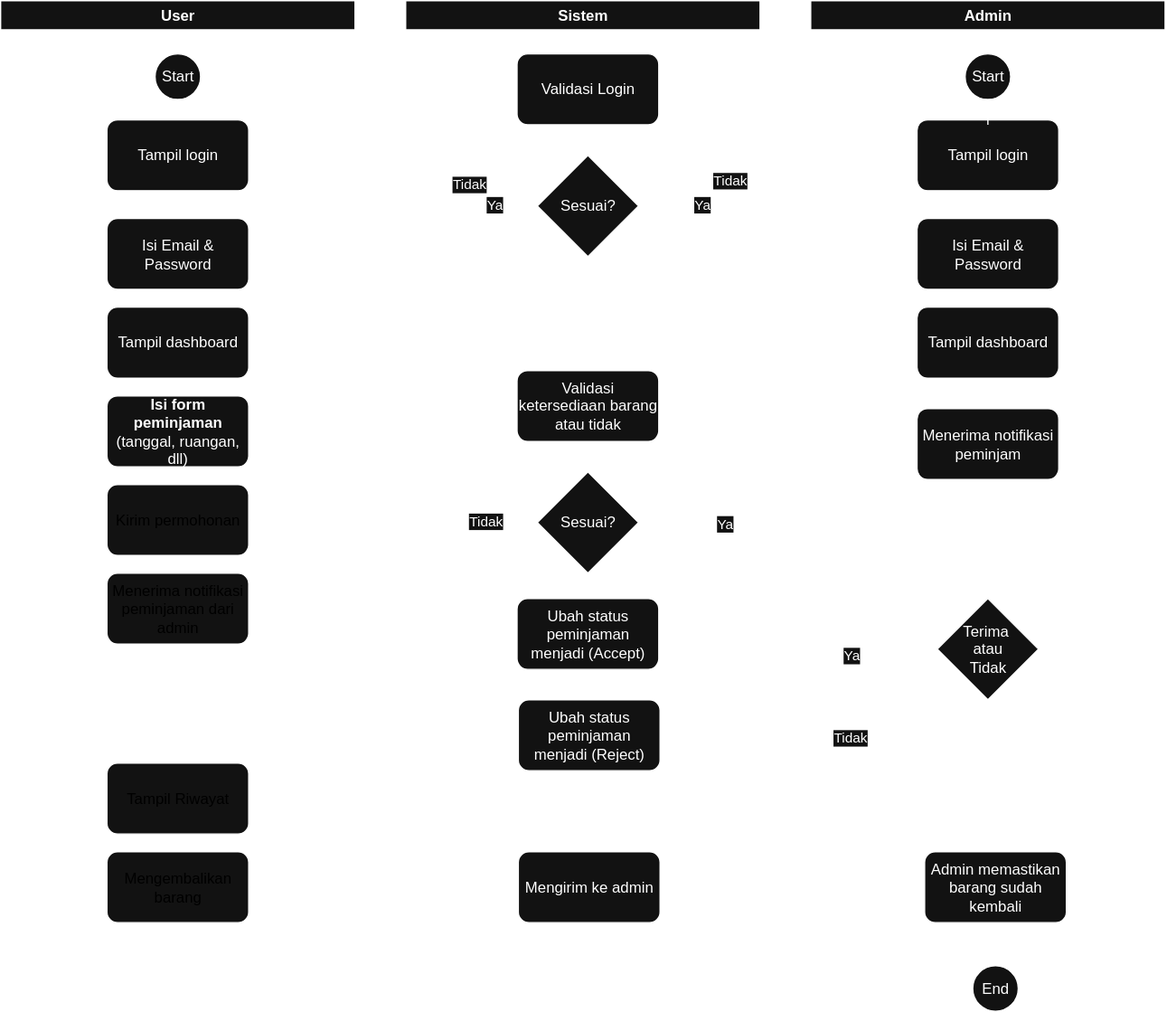
Earlier version of the draw.io export Activity_Peminjaman.drawio.svg (dafi310109/pbo). Source tidied: cells renumbered, new cells last; positions are measured from the earlier drawing's top-left corner, leaving out a move shared by most shapes.
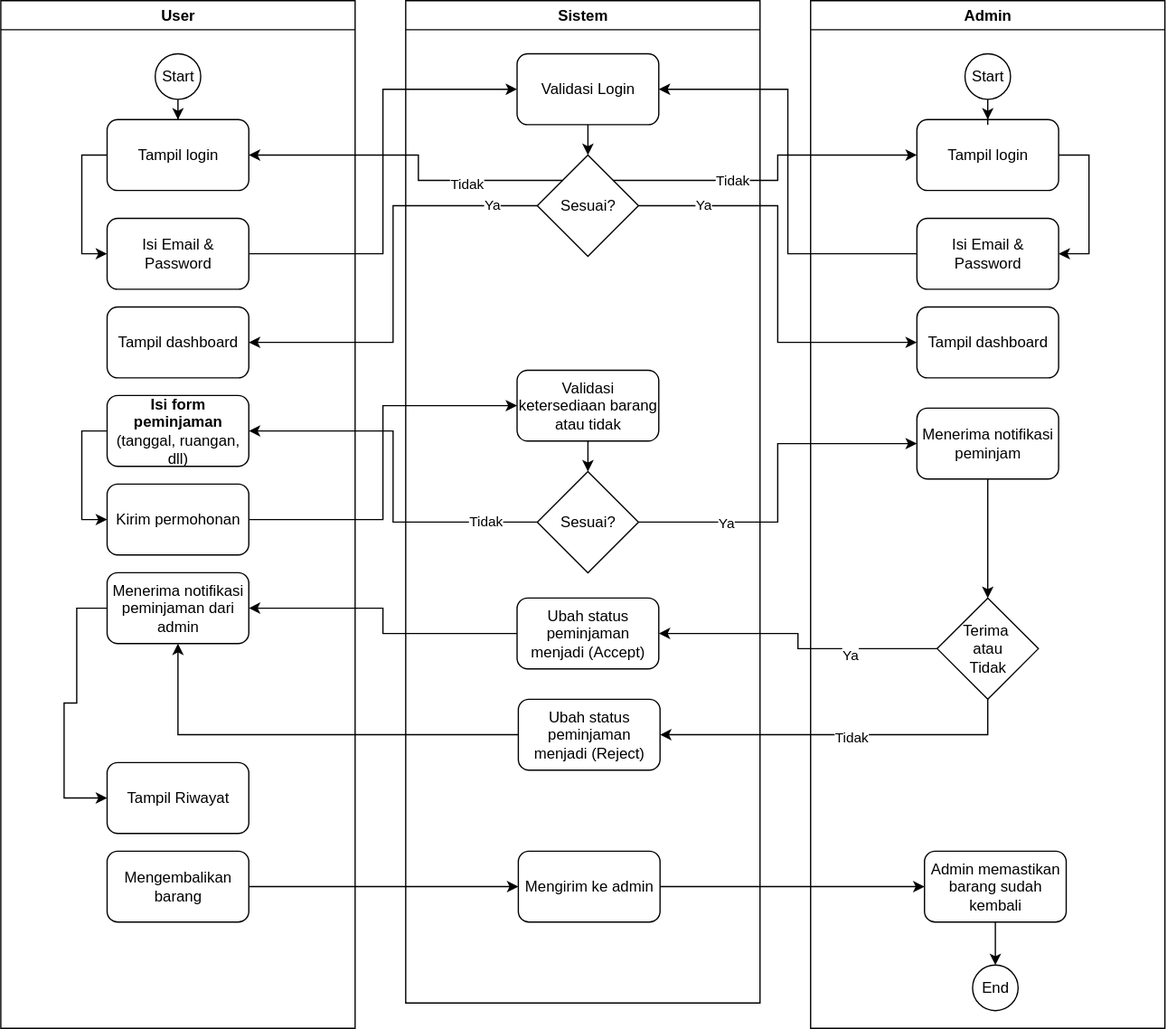
Later version of the same file.

Change to the diagram source:
```diff
@@ -5,29 +5,29 @@
     <mxCell id="2" value="User" style="swimlane;whiteSpace=wrap;startSize=23;" parent="1" vertex="1">
       <mxGeometry width="280" height="812" as="geometry" />
     </mxCell>
-    <mxCell id="3" style="edgeStyle=orthogonalEdgeStyle;rounded=0;jettySize=auto;html=1;" parent="2" edge="1" source="4" target="6">
-      <mxGeometry relative="1" as="geometry" />
-    </mxCell>
-    <mxCell id="4" value="Start" style="ellipse;whiteSpace=wrap;html=1;" parent="2" vertex="1">
-      <mxGeometry x="122" y="42" width="36" height="36" as="geometry" />
-    </mxCell>
-    <mxCell id="5" style="edgeStyle=orthogonalEdgeStyle;rounded=0;jettySize=auto;html=1;entryX=0;entryY=0.5;entryDx=0;entryDy=0;" parent="2" edge="1" source="6" target="7">
-      <mxGeometry relative="1" as="geometry">
-        <Array as="points">
-          <mxPoint x="64" y="122" />
-          <mxPoint x="64" y="200" />
-        </Array>
-      </mxGeometry>
-    </mxCell>
-    <mxCell id="6" value="Tampil login" style="rounded=1;whiteSpace=wrap;html=1;" parent="2" vertex="1">
-      <mxGeometry x="84" y="94" width="112" height="56" as="geometry" />
-    </mxCell>
-    <mxCell id="7" value="Isi Email &amp;amp; Password" style="rounded=1;whiteSpace=wrap;html=1;" parent="2" vertex="1">
-      <mxGeometry x="84" y="172" width="112" height="56" as="geometry" />
-    </mxCell>
-    <mxCell id="8" value="Tampil dashboard" style="rounded=1;whiteSpace=wrap;html=1;" parent="2" vertex="1">
-      <mxGeometry x="84" y="242" width="112" height="56" as="geometry" />
-    </mxCell>
+    <mxCell id="16" style="edgeStyle=orthogonalEdgeStyle;rounded=0;jettySize=auto;html=1;" parent="2" edge="1" source="26" target="63">
+      <mxGeometry relative="1" as="geometry" />
+    </mxCell>
+    <mxCell id="26" value="Start" style="ellipse;whiteSpace=wrap;html=1;" parent="2" vertex="1">
+      <mxGeometry x="122" y="42" width="36" height="36" as="geometry" />
+    </mxCell>
+    <mxCell id="62" style="edgeStyle=orthogonalEdgeStyle;rounded=0;jettySize=auto;html=1;entryX=0;entryY=0.5;entryDx=0;entryDy=0;" parent="2" edge="1" source="63" target="64">
+      <mxGeometry relative="1" as="geometry">
+        <Array as="points">
+          <mxPoint x="64" y="122" />
+          <mxPoint x="64" y="200" />
+        </Array>
+      </mxGeometry>
+    </mxCell>
+    <mxCell id="63" value="Tampil login" style="rounded=1;whiteSpace=wrap;html=1;" parent="2" vertex="1">
+      <mxGeometry x="84" y="94" width="112" height="56" as="geometry" />
+    </mxCell>
+    <mxCell id="64" value="Isi Email &amp;amp; Password" style="rounded=1;whiteSpace=wrap;html=1;" parent="2" vertex="1">
+      <mxGeometry x="84" y="172" width="112" height="56" as="geometry" />
+    </mxCell>
+    <mxCell id="65" value="Tampil dashboard" style="rounded=1;whiteSpace=wrap;html=1;" parent="2" vertex="1">
+      <mxGeometry x="84" y="242" width="112" height="56" as="geometry" />
+    </mxCell>
     <mxCell id="9" style="edgeStyle=orthogonalEdgeStyle;rounded=0;jettySize=auto;html=1;entryX=0;entryY=0.5;entryDx=0;entryDy=0;" parent="2" edge="1" source="10" target="11">
       <mxGeometry relative="1" as="geometry">
         <Array as="points">
@@ -61,141 +61,141 @@
     <mxCell id="15" value="&lt;span style=&quot;background-color: transparent; color: light-dark(rgb(0, 0, 0), rgb(255, 255, 255));&quot;&gt;Mengembalikan barang&lt;/span&gt;" style="rounded=1;whiteSpace=wrap;html=1;" parent="2" vertex="1">
       <mxGeometry x="84" y="672" width="112" height="56" as="geometry" />
     </mxCell>
-    <mxCell id="16" value="Sistem" style="swimlane;whiteSpace=wrap;" parent="1" vertex="1">
-      <mxGeometry x="320" width="280" height="792" as="geometry" />
-    </mxCell>
+    <mxCell id="66" value="Sistem" style="swimlane;whiteSpace=wrap;" parent="1" vertex="1">
+      <mxGeometry x="320" width="280" height="792" as="geometry" />
+    </mxCell>
-    <mxCell id="17" style="edgeStyle=orthogonalEdgeStyle;rounded=0;jettySize=auto;html=1;entryX=0.5;entryY=0;entryDx=0;entryDy=0;" parent="16" edge="1" source="18" target="19">
+    <mxCell id="17" style="edgeStyle=orthogonalEdgeStyle;rounded=0;jettySize=auto;html=1;entryX=0.5;entryY=0;entryDx=0;entryDy=0;" parent="66" edge="1" source="18" target="19">
       <mxGeometry relative="1" as="geometry" />
     </mxCell>
-    <mxCell id="18" value="Validasi Login" style="rounded=1;whiteSpace=wrap;html=1;" parent="16" vertex="1">
+    <mxCell id="18" value="Validasi Login" style="rounded=1;whiteSpace=wrap;html=1;" parent="66" vertex="1">
       <mxGeometry x="88" y="42" width="112" height="56" as="geometry" />
     </mxCell>
-    <mxCell id="19" value="Sesuai?" style="rhombus;whiteSpace=wrap;html=1;" parent="16" vertex="1">
+    <mxCell id="19" value="Sesuai?" style="rhombus;whiteSpace=wrap;html=1;" parent="66" vertex="1">
       <mxGeometry x="104" y="122" width="80" height="80" as="geometry" />
     </mxCell>
-    <mxCell id="20" value="Validasi ketersediaan barang atau tidak" style="rounded=1;whiteSpace=wrap;html=1;" parent="16" vertex="1">
+    <mxCell id="20" value="Validasi ketersediaan barang atau tidak" style="rounded=1;whiteSpace=wrap;html=1;" parent="66" vertex="1">
       <mxGeometry x="88" y="292" width="112" height="56" as="geometry" />
     </mxCell>
-    <mxCell id="21" style="edgeStyle=orthogonalEdgeStyle;rounded=0;jettySize=auto;html=1;entryX=0.5;entryY=0;entryDx=0;entryDy=0;" parent="16" edge="1" source="20" target="22">
+    <mxCell id="21" style="edgeStyle=orthogonalEdgeStyle;rounded=0;jettySize=auto;html=1;entryX=0.5;entryY=0;entryDx=0;entryDy=0;" parent="66" edge="1" source="20" target="22">
       <mxGeometry relative="1" as="geometry" />
     </mxCell>
-    <mxCell id="22" value="Sesuai?" style="rhombus;whiteSpace=wrap;html=1;" parent="16" vertex="1">
+    <mxCell id="22" value="Sesuai?" style="rhombus;whiteSpace=wrap;html=1;" parent="66" vertex="1">
       <mxGeometry x="104" y="372" width="80" height="80" as="geometry" />
     </mxCell>
-    <mxCell id="23" value="Ubah status peminjaman menjadi (Accept)" style="rounded=1;whiteSpace=wrap;html=1;" parent="16" vertex="1">
+    <mxCell id="23" value="Ubah status peminjaman menjadi (Accept)" style="rounded=1;whiteSpace=wrap;html=1;" parent="66" vertex="1">
       <mxGeometry x="88" y="472" width="112" height="56" as="geometry" />
     </mxCell>
-    <mxCell id="24" value="Ubah status peminjaman menjadi (Reject)" style="rounded=1;whiteSpace=wrap;html=1;" parent="16" vertex="1">
+    <mxCell id="24" value="Ubah status peminjaman menjadi (Reject)" style="rounded=1;whiteSpace=wrap;html=1;" parent="66" vertex="1">
       <mxGeometry x="89" y="552" width="112" height="56" as="geometry" />
     </mxCell>
-    <mxCell id="25" value="Mengirim ke admin" style="rounded=1;whiteSpace=wrap;html=1;" parent="16" vertex="1">
+    <mxCell id="25" value="Mengirim ke admin" style="rounded=1;whiteSpace=wrap;html=1;" parent="66" vertex="1">
       <mxGeometry x="89" y="672" width="112" height="56" as="geometry" />
     </mxCell>
-    <mxCell id="26" value="Admin" style="swimlane;whiteSpace=wrap;startSize=23;" parent="1" vertex="1">
-      <mxGeometry x="640" width="280" height="812" as="geometry" />
-    </mxCell>
-    <mxCell id="27" style="edgeStyle=orthogonalEdgeStyle;rounded=0;jettySize=auto;html=1;entryX=1;entryY=0.5;entryDx=0;entryDy=0;" parent="26" edge="1" source="28" target="29">
-      <mxGeometry relative="1" as="geometry">
-        <Array as="points">
-          <mxPoint x="220" y="122" />
-          <mxPoint x="220" y="200" />
-        </Array>
-      </mxGeometry>
-    </mxCell>
-    <mxCell id="28" value="Tampil login" style="rounded=1;whiteSpace=wrap;html=1;" parent="26" vertex="1">
-      <mxGeometry x="84" y="94" width="112" height="56" as="geometry" />
-    </mxCell>
-    <mxCell id="29" value="Isi Email &amp;amp; Password" style="rounded=1;whiteSpace=wrap;html=1;" parent="26" vertex="1">
-      <mxGeometry x="84" y="172" width="112" height="56" as="geometry" />
-    </mxCell>
-    <mxCell id="30" value="Tampil dashboard" style="rounded=1;whiteSpace=wrap;html=1;" parent="26" vertex="1">
-      <mxGeometry x="84" y="242" width="112" height="56" as="geometry" />
-    </mxCell>
-    <mxCell id="31" style="edgeStyle=orthogonalEdgeStyle;rounded=0;jettySize=auto;html=1;" parent="26" edge="1" source="32" target="28">
-      <mxGeometry relative="1" as="geometry" />
-    </mxCell>
-    <mxCell id="32" value="Start" style="ellipse;whiteSpace=wrap;html=1;" parent="26" vertex="1">
-      <mxGeometry x="122" y="42" width="36" height="36" as="geometry" />
-    </mxCell>
+    <mxCell id="67" value="Admin" style="swimlane;whiteSpace=wrap;startSize=23;" parent="1" vertex="1">
+      <mxGeometry x="640" width="280" height="812" as="geometry" />
+    </mxCell>
+    <mxCell id="68" style="edgeStyle=orthogonalEdgeStyle;rounded=0;jettySize=auto;html=1;entryX=1;entryY=0.5;entryDx=0;entryDy=0;" parent="67" edge="1" source="69" target="70">
+      <mxGeometry relative="1" as="geometry">
+        <Array as="points">
+          <mxPoint x="220" y="122" />
+          <mxPoint x="220" y="200" />
+        </Array>
+      </mxGeometry>
+    </mxCell>
+    <mxCell id="69" value="Tampil login" style="rounded=1;whiteSpace=wrap;html=1;" parent="67" vertex="1">
+      <mxGeometry x="84" y="94" width="112" height="56" as="geometry" />
+    </mxCell>
+    <mxCell id="70" value="Isi Email &amp;amp; Password" style="rounded=1;whiteSpace=wrap;html=1;" parent="67" vertex="1">
+      <mxGeometry x="84" y="172" width="112" height="56" as="geometry" />
+    </mxCell>
+    <mxCell id="71" value="Tampil dashboard" style="rounded=1;whiteSpace=wrap;html=1;" parent="67" vertex="1">
+      <mxGeometry x="84" y="242" width="112" height="56" as="geometry" />
+    </mxCell>
+    <mxCell id="72" style="edgeStyle=orthogonalEdgeStyle;rounded=0;jettySize=auto;html=1;" parent="67" edge="1" source="73" target="69">
+      <mxGeometry relative="1" as="geometry" />
+    </mxCell>
+    <mxCell id="73" value="Start" style="ellipse;whiteSpace=wrap;html=1;" parent="67" vertex="1">
+      <mxGeometry x="122" y="42" width="36" height="36" as="geometry" />
+    </mxCell>
-    <mxCell id="33" style="edgeStyle=orthogonalEdgeStyle;rounded=0;jettySize=auto;html=1;entryX=0.5;entryY=0;entryDx=0;entryDy=0;" parent="26" edge="1" source="34" target="35">
+    <mxCell id="33" style="edgeStyle=orthogonalEdgeStyle;rounded=0;jettySize=auto;html=1;entryX=0.5;entryY=0;entryDx=0;entryDy=0;" parent="67" edge="1" source="34" target="35">
       <mxGeometry relative="1" as="geometry" />
     </mxCell>
-    <mxCell id="34" value="Menerima notifikasi peminjam" style="rounded=1;whiteSpace=wrap;html=1;" parent="26" vertex="1">
+    <mxCell id="34" value="Menerima notifikasi peminjam" style="rounded=1;whiteSpace=wrap;html=1;" parent="67" vertex="1">
       <mxGeometry x="84" y="322" width="112" height="56" as="geometry" />
     </mxCell>
-    <mxCell id="35" value="Terima&amp;nbsp;&lt;div&gt;atau&lt;/div&gt;&lt;div&gt;Tidak&lt;/div&gt;" style="rhombus;whiteSpace=wrap;html=1;" parent="26" vertex="1">
+    <mxCell id="35" value="Terima&amp;nbsp;&lt;div&gt;atau&lt;/div&gt;&lt;div&gt;Tidak&lt;/div&gt;" style="rhombus;whiteSpace=wrap;html=1;" parent="67" vertex="1">
       <mxGeometry x="100" y="472" width="80" height="80" as="geometry" />
     </mxCell>
-    <mxCell id="36" style="edgeStyle=orthogonalEdgeStyle;rounded=0;jettySize=auto;html=1;" parent="26" edge="1" source="37" target="38">
+    <mxCell id="36" style="edgeStyle=orthogonalEdgeStyle;rounded=0;jettySize=auto;html=1;" parent="67" edge="1" source="37" target="38">
       <mxGeometry relative="1" as="geometry" />
     </mxCell>
-    <mxCell id="37" value="Admin memastikan barang sudah kembali" style="rounded=1;whiteSpace=wrap;html=1;" parent="26" vertex="1">
+    <mxCell id="37" value="Admin memastikan barang sudah kembali" style="rounded=1;whiteSpace=wrap;html=1;" parent="67" vertex="1">
       <mxGeometry x="90" y="672" width="112" height="56" as="geometry" />
     </mxCell>
-    <mxCell id="38" value="End" style="ellipse;whiteSpace=wrap;html=1;" parent="26" vertex="1">
+    <mxCell id="38" value="End" style="ellipse;whiteSpace=wrap;html=1;" parent="67" vertex="1">
       <mxGeometry x="128" y="762" width="36" height="36" as="geometry" />
     </mxCell>
-    <mxCell id="39" style="edgeStyle=orthogonalEdgeStyle;rounded=0;jettySize=auto;html=1;entryX=0;entryY=0.5;entryDx=0;entryDy=0;" parent="1" edge="1" source="7" target="18">
-      <mxGeometry relative="1" as="geometry" />
-    </mxCell>
-    <mxCell id="40" style="edgeStyle=orthogonalEdgeStyle;rounded=0;jettySize=auto;html=1;entryX=1;entryY=0.5;entryDx=0;entryDy=0;" parent="1" edge="1" source="19" target="8">
-      <mxGeometry relative="1" as="geometry" />
-    </mxCell>
-    <mxCell id="41" value="Ya" style="edgeLabel;html=1;align=center;verticalAlign=middle;" parent="40" vertex="1">
-      <mxGeometry x="-0.78" y="-2" relative="1" as="geometry" />
-    </mxCell>
-    <mxCell id="42" style="edgeStyle=orthogonalEdgeStyle;rounded=0;jettySize=auto;html=1;entryX=1;entryY=0.5;entryDx=0;entryDy=0;" parent="1" edge="1" source="19" target="6">
-      <mxGeometry relative="1" as="geometry">
-        <Array as="points">
-          <mxPoint x="330" y="142" />
-          <mxPoint x="330" y="122" />
-        </Array>
-      </mxGeometry>
-    </mxCell>
-    <mxCell id="43" value="Tidak" style="edgeLabel;html=1;align=center;verticalAlign=middle;" parent="42" vertex="1">
-      <mxGeometry x="-0.43" y="2" relative="1" as="geometry" />
-    </mxCell>
-    <mxCell id="44" style="edgeStyle=orthogonalEdgeStyle;rounded=0;jettySize=auto;html=1;entryX=1;entryY=0.5;entryDx=0;entryDy=0;" parent="1" edge="1" source="29" target="18">
-      <mxGeometry relative="1" as="geometry" />
-    </mxCell>
-    <mxCell id="45" style="edgeStyle=orthogonalEdgeStyle;rounded=0;jettySize=auto;html=1;entryX=0;entryY=0.5;entryDx=0;entryDy=0;" parent="1" edge="1" source="19" target="30">
-      <mxGeometry relative="1" as="geometry" />
-    </mxCell>
-    <mxCell id="46" value="Ya" style="edgeLabel;html=1;align=center;verticalAlign=middle;" parent="45" vertex="1">
-      <mxGeometry x="-0.7" y="2" relative="1" as="geometry" />
-    </mxCell>
-    <mxCell id="47" style="edgeStyle=orthogonalEdgeStyle;rounded=0;jettySize=auto;html=1;entryX=0;entryY=0.5;entryDx=0;entryDy=0;" parent="1" edge="1" source="19" target="28">
-      <mxGeometry relative="1" as="geometry">
-        <Array as="points">
-          <mxPoint x="614" y="142" />
-          <mxPoint x="614" y="122" />
-        </Array>
-      </mxGeometry>
-    </mxCell>
-    <mxCell id="48" value="Tidak" style="edgeLabel;html=1;align=center;verticalAlign=middle;" parent="47" vertex="1">
-      <mxGeometry x="-0.3" y="1" relative="1" as="geometry" />
-    </mxCell>
+    <mxCell id="74" style="edgeStyle=orthogonalEdgeStyle;rounded=0;jettySize=auto;html=1;entryX=0;entryY=0.5;entryDx=0;entryDy=0;" parent="1" edge="1" source="64" target="18">
+      <mxGeometry relative="1" as="geometry" />
+    </mxCell>
+    <mxCell id="75" style="edgeStyle=orthogonalEdgeStyle;rounded=0;jettySize=auto;html=1;entryX=1;entryY=0.5;entryDx=0;entryDy=0;" parent="1" edge="1" source="19" target="65">
+      <mxGeometry relative="1" as="geometry" />
+    </mxCell>
+    <mxCell id="76" value="Ya" style="edgeLabel;html=1;align=center;verticalAlign=middle;" parent="75" vertex="1">
+      <mxGeometry x="-0.78" y="-2" relative="1" as="geometry" />
+    </mxCell>
+    <mxCell id="77" style="edgeStyle=orthogonalEdgeStyle;rounded=0;jettySize=auto;html=1;entryX=1;entryY=0.5;entryDx=0;entryDy=0;" parent="1" edge="1" source="19" target="63">
+      <mxGeometry relative="1" as="geometry">
+        <Array as="points">
+          <mxPoint x="330" y="142" />
+          <mxPoint x="330" y="122" />
+        </Array>
+      </mxGeometry>
+    </mxCell>
+    <mxCell id="78" value="Tidak" style="edgeLabel;html=1;align=center;verticalAlign=middle;" parent="77" vertex="1">
+      <mxGeometry x="-0.43" y="2" relative="1" as="geometry" />
+    </mxCell>
+    <mxCell id="79" style="edgeStyle=orthogonalEdgeStyle;rounded=0;jettySize=auto;html=1;entryX=1;entryY=0.5;entryDx=0;entryDy=0;" parent="1" edge="1" source="70" target="18">
+      <mxGeometry relative="1" as="geometry" />
+    </mxCell>
+    <mxCell id="80" style="edgeStyle=orthogonalEdgeStyle;rounded=0;jettySize=auto;html=1;entryX=0;entryY=0.5;entryDx=0;entryDy=0;" parent="1" edge="1" source="19" target="71">
+      <mxGeometry relative="1" as="geometry" />
+    </mxCell>
+    <mxCell id="81" value="Ya" style="edgeLabel;html=1;align=center;verticalAlign=middle;" parent="80" vertex="1">
+      <mxGeometry x="-0.7" y="2" relative="1" as="geometry" />
+    </mxCell>
+    <mxCell id="82" style="edgeStyle=orthogonalEdgeStyle;rounded=0;jettySize=auto;html=1;entryX=0;entryY=0.5;entryDx=0;entryDy=0;" parent="1" edge="1" source="19" target="69">
+      <mxGeometry relative="1" as="geometry">
+        <Array as="points">
+          <mxPoint x="614" y="142" />
+          <mxPoint x="614" y="122" />
+        </Array>
+      </mxGeometry>
+    </mxCell>
+    <mxCell id="83" value="Tidak" style="edgeLabel;html=1;align=center;verticalAlign=middle;" parent="82" vertex="1">
+      <mxGeometry x="-0.3" y="1" relative="1" as="geometry" />
+    </mxCell>
     <mxCell id="49" style="edgeStyle=orthogonalEdgeStyle;rounded=0;jettySize=auto;html=1;entryX=0;entryY=0.5;entryDx=0;entryDy=0;" parent="1" edge="1" source="11" target="20">
       <mxGeometry relative="1" as="geometry" />
     </mxCell>
     <mxCell id="50" style="edgeStyle=orthogonalEdgeStyle;rounded=0;jettySize=auto;html=1;entryX=0;entryY=0.5;entryDx=0;entryDy=0;" parent="1" edge="1" source="22" target="34">
       <mxGeometry relative="1" as="geometry" />
     </mxCell>
-    <mxCell id="51" value="Ya" style="edgeLabel;html=1;align=center;verticalAlign=middle;" parent="50" vertex="1">
-      <mxGeometry x="-0.52" relative="1" as="geometry" />
-    </mxCell>
+    <mxCell id="84" value="Ya" style="edgeLabel;html=1;align=center;verticalAlign=middle;" parent="50" vertex="1">
+      <mxGeometry x="-0.52" relative="1" as="geometry" />
+    </mxCell>
     <mxCell id="52" style="edgeStyle=orthogonalEdgeStyle;rounded=0;jettySize=auto;html=1;entryX=1;entryY=0.5;entryDx=0;entryDy=0;" parent="1" edge="1" source="22" target="10">
       <mxGeometry relative="1" as="geometry" />
     </mxCell>
-    <mxCell id="53" value="Tidak" style="edgeLabel;html=1;align=center;verticalAlign=middle;" parent="52" vertex="1">
-      <mxGeometry x="-0.72" y="-2" relative="1" as="geometry" />
-    </mxCell>
+    <mxCell id="85" value="Tidak" style="edgeLabel;html=1;align=center;verticalAlign=middle;" parent="52" vertex="1">
+      <mxGeometry x="-0.72" y="-2" relative="1" as="geometry" />
+    </mxCell>
     <mxCell id="54" style="edgeStyle=orthogonalEdgeStyle;rounded=0;jettySize=auto;html=1;entryX=1;entryY=0.5;entryDx=0;entryDy=0;" parent="1" edge="1" source="35" target="23">
       <mxGeometry relative="1" as="geometry" />
     </mxCell>
-    <mxCell id="55" value="Ya" style="edgeLabel;html=1;align=center;verticalAlign=middle;" parent="54" vertex="1">
-      <mxGeometry x="-0.4" y="4" relative="1" as="geometry" />
-    </mxCell>
+    <mxCell id="86" value="Ya" style="edgeLabel;html=1;align=center;verticalAlign=middle;" parent="54" vertex="1">
+      <mxGeometry x="-0.4" y="4" relative="1" as="geometry" />
+    </mxCell>
     <mxCell id="56" style="edgeStyle=orthogonalEdgeStyle;rounded=0;jettySize=auto;html=1;entryX=1;entryY=0.5;entryDx=0;entryDy=0;" parent="1" edge="1" source="23" target="13">
       <mxGeometry relative="1" as="geometry" />
     </mxCell>
@@ -206,9 +206,9 @@
         </Array>
       </mxGeometry>
     </mxCell>
-    <mxCell id="58" value="Tidak" style="edgeLabel;html=1;align=center;verticalAlign=middle;" parent="57" vertex="1">
-      <mxGeometry x="-0.04" y="1" relative="1" as="geometry" />
-    </mxCell>
+    <mxCell id="87" value="Tidak" style="edgeLabel;html=1;align=center;verticalAlign=middle;" parent="57" vertex="1">
+      <mxGeometry x="-0.04" y="1" relative="1" as="geometry" />
+    </mxCell>
     <mxCell id="59" style="edgeStyle=orthogonalEdgeStyle;rounded=0;jettySize=auto;html=1;entryX=0.5;entryY=1;entryDx=0;entryDy=0;" parent="1" edge="1" source="24" target="13">
       <mxGeometry relative="1" as="geometry" />
     </mxCell>
```
